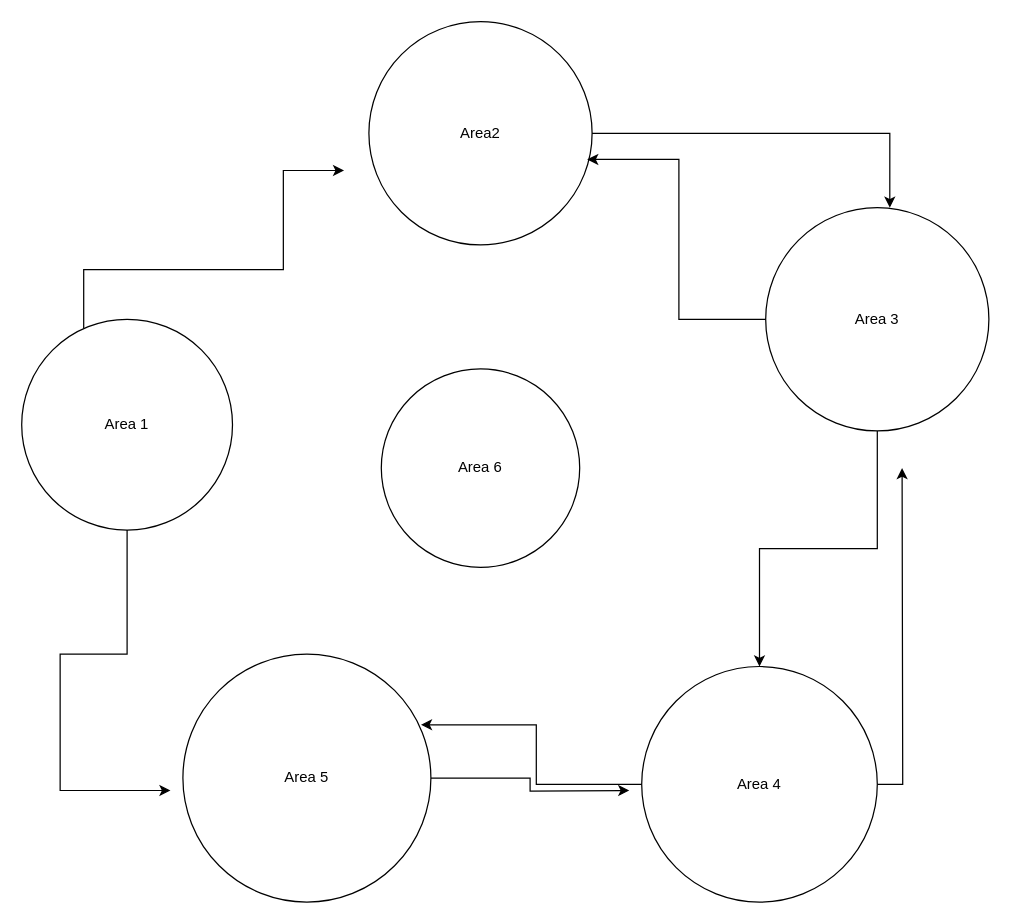
This is Untitled Diagram.drawio from CodingDad1/PythonSandbox, a draw.io file, before an edit. Source tidied: cells renumbered, new cells numbered last; positions are measured from the earlier drawing's top-left corner, leaving out a move shared by most shapes. Both pictures are drawn from the tidied source at 124%, with x=0, y=0 at pixel (21, 21).
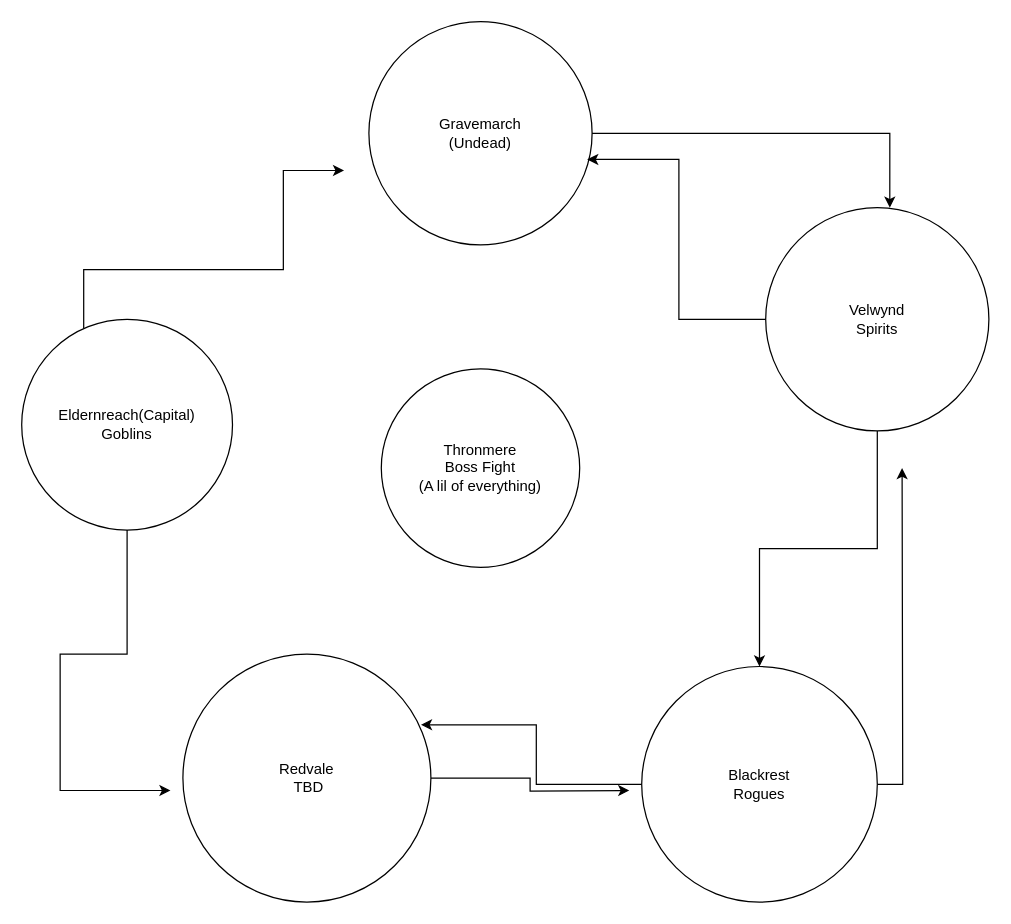
After the change.

Commit message:
Named Cities/ enemies there

Diff of the diagram source:
```diff
@@
-    <mxCell id="4" value="Area 1" style="ellipse;whiteSpace=wrap;html=1;" parent="1" vertex="1">
+    <mxCell id="4" value="Eldernreach(Capital)&lt;div&gt;Goblins&lt;/div&gt;" style="ellipse;whiteSpace=wrap;html=1;" parent="1" vertex="1">
       <mxGeometry y="240" width="170" height="170" as="geometry" />
     </mxCell>
-    <mxCell id="5" value="Area2" style="ellipse;whiteSpace=wrap;html=1;" parent="1" vertex="1">
+    <mxCell id="5" value="Gravemarch&lt;br&gt;&lt;div&gt;(Undead)&lt;/div&gt;" style="ellipse;whiteSpace=wrap;html=1;" parent="1" vertex="1">
       <mxGeometry x="280" width="180" height="180" as="geometry" />
     </mxCell>
@@
-    <mxCell id="7" value="Area 3" style="ellipse;whiteSpace=wrap;html=1;" parent="1" vertex="1">
+    <mxCell id="7" value="Velwynd&lt;div&gt;Spirits&lt;/div&gt;" style="ellipse;whiteSpace=wrap;html=1;" parent="1" vertex="1">
       <mxGeometry x="600" y="150" width="180" height="180" as="geometry" />
     </mxCell>
@@
-    <mxCell id="9" value="Area 4" style="ellipse;whiteSpace=wrap;html=1;" parent="1" vertex="1">
+    <mxCell id="9" value="Blackrest&lt;div&gt;Rogues&lt;/div&gt;" style="ellipse;whiteSpace=wrap;html=1;" parent="1" vertex="1">
       <mxGeometry x="500" y="520" width="190" height="190" as="geometry" />
     </mxCell>
@@
-    <mxCell id="11" value="Area 5" style="ellipse;whiteSpace=wrap;html=1;" parent="1" vertex="1">
+    <mxCell id="11" value="Redvale&lt;div&gt;&amp;nbsp;TBD&lt;/div&gt;" style="ellipse;whiteSpace=wrap;html=1;" parent="1" vertex="1">
       <mxGeometry x="130" y="510" width="200" height="200" as="geometry" />
     </mxCell>
@@
-    <mxCell id="15" value="Area 6" style="ellipse;whiteSpace=wrap;html=1;" parent="1" vertex="1">
+    <mxCell id="15" value="Thronmere&lt;div&gt;Boss Fight&lt;/div&gt;&lt;div&gt;(A lil of everything)&lt;/div&gt;" style="ellipse;whiteSpace=wrap;html=1;" parent="1" vertex="1">
       <mxGeometry x="290" y="280" width="160" height="160" as="geometry" />
     </mxCell>
```
